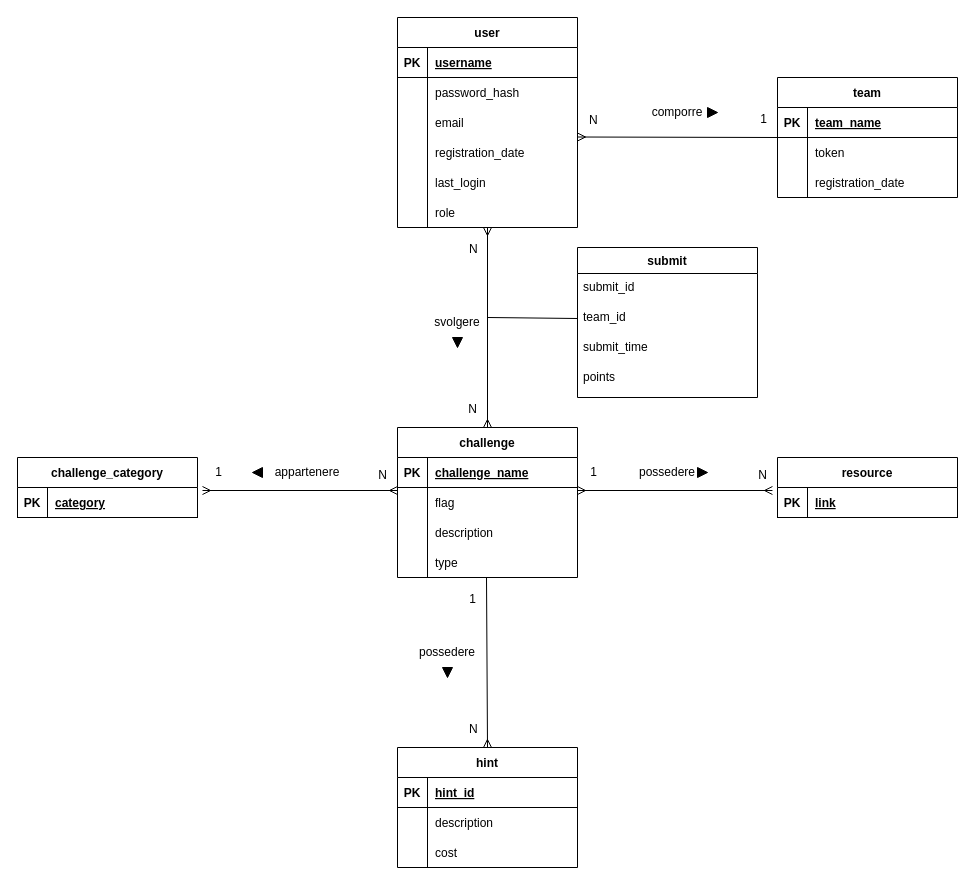
The draw.io diagram db/ER_diagram.drawio in FeeeDz/H4ckUs4t1_CTF, before the edit. Source tidied: cells renumbered, new cells numbered last; positions are measured from the earlier drawing's top-left corner, leaving out a move shared by most shapes. Both pictures are drawn from the tidied source at 100%, with x=0, y=0 at pixel (17, 17).
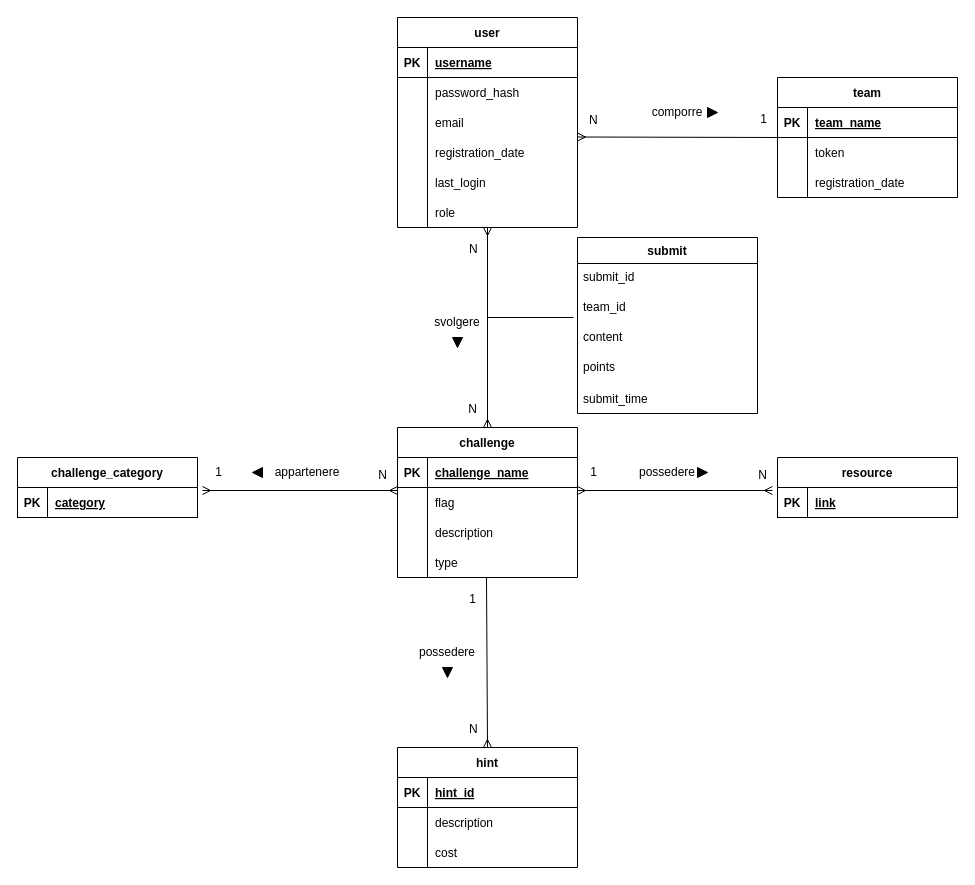
The same page after the edit.

Commit message (it also covers changes not shown here):
aggiunta content nel submit

Unchanged cells that the change refers to:
```xml
<mxCell id="31" value="team_id" style="text;strokeColor=none;fillColor=none;spacingLeft=4;spacingRight=4;overflow=hidden;points=[[0,0.5],[1,0.5]];portConstraint=eastwest;fontSize=12;" parent="29" vertex="1">
  <mxGeometry y="56" width="180" height="30" as="geometry" />
</mxCell>
```

Diff of the diagram source:
```diff
@@
-    <mxCell id="28" style="endArrow=none;html=1;rounded=0;entryX=0;entryY=0.5;entryDx=0;entryDy=0;" parent="1" edge="1" target="31">
+    <mxCell id="28" style="endArrow=none;html=1;rounded=0;entryX=-0.022;entryY=0.8;entryDx=0;entryDy=0;entryPerimeter=0;" parent="1" edge="1" target="31">
       <mxGeometry relative="1" as="geometry">
         <mxPoint x="470" y="300" as="sourcePoint" />
       </mxGeometry>
     </mxCell>
     <mxCell id="29" value="submit" style="swimlane;fontStyle=1;horizontal=1;startSize=26;align=center;fontSize=12;" parent="1" vertex="1">
-      <mxGeometry x="560" y="230" width="180" height="150" as="geometry" />
+      <mxGeometry x="560" y="220" width="180" height="176" as="geometry" />
     </mxCell>
@@
-    <mxCell id="32" value="submit_time" style="text;strokeColor=none;fillColor=none;spacingLeft=4;spacingRight=4;overflow=hidden;fontSize=12;" parent="29" vertex="1">
+    <mxCell id="32" value="content" style="text;strokeColor=none;fillColor=none;spacingLeft=4;spacingRight=4;overflow=hidden;fontSize=12;" parent="29" vertex="1">
       <mxGeometry y="86" width="180" height="30" as="geometry" />
     </mxCell>
     <mxCell id="33" value="points" style="text;strokeColor=none;fillColor=none;spacingLeft=4;spacingRight=4;overflow=hidden;fontSize=12;imageAspect=1;" parent="29" vertex="1">
-      <mxGeometry y="116" width="180" height="34" as="geometry" />
+      <mxGeometry y="116" width="180" height="32" as="geometry" />
     </mxCell>
+    <mxCell id="98" value="submit_time" style="text;strokeColor=none;fillColor=none;spacingLeft=4;spacingRight=4;overflow=hidden;fontSize=12;imageAspect=1;" parent="29" vertex="1">
+      <mxGeometry y="148" width="180" height="28" as="geometry" />
+    </mxCell>
```
